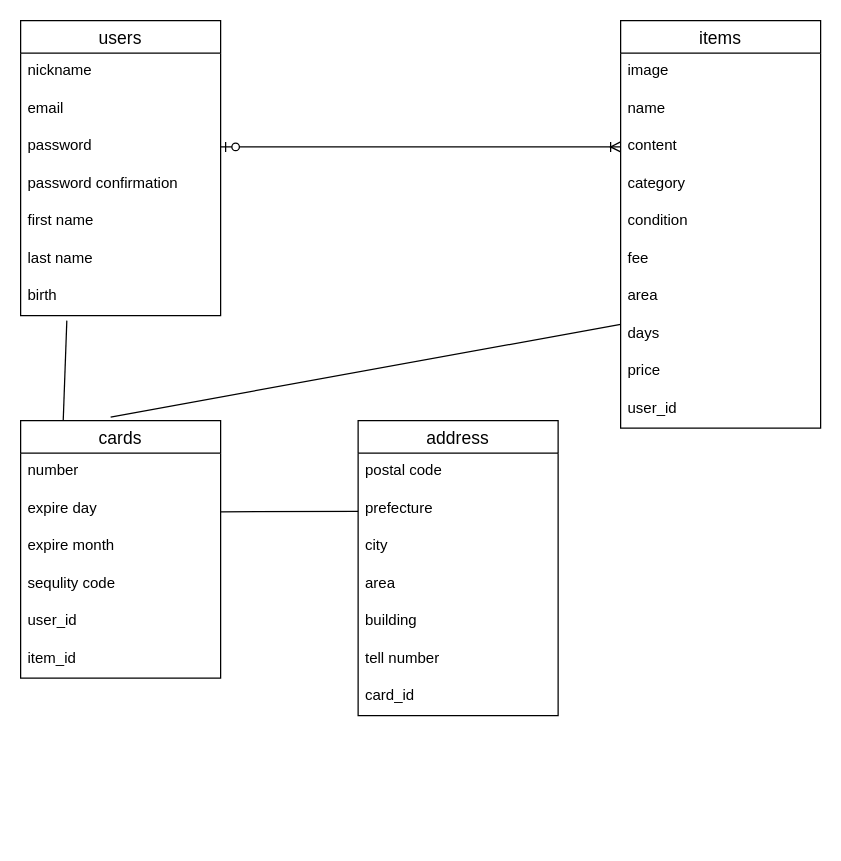
This is furima-31672.dio from shot9269/furima-31672, a draw.io file, before an edit. Source tidied: cells renumbered, new cells numbered last; positions are measured from the earlier drawing's top-left corner, leaving out a move shared by most shapes. Both pictures are drawn from the tidied source at 125%, with x=0, y=0 at pixel (20, 20).
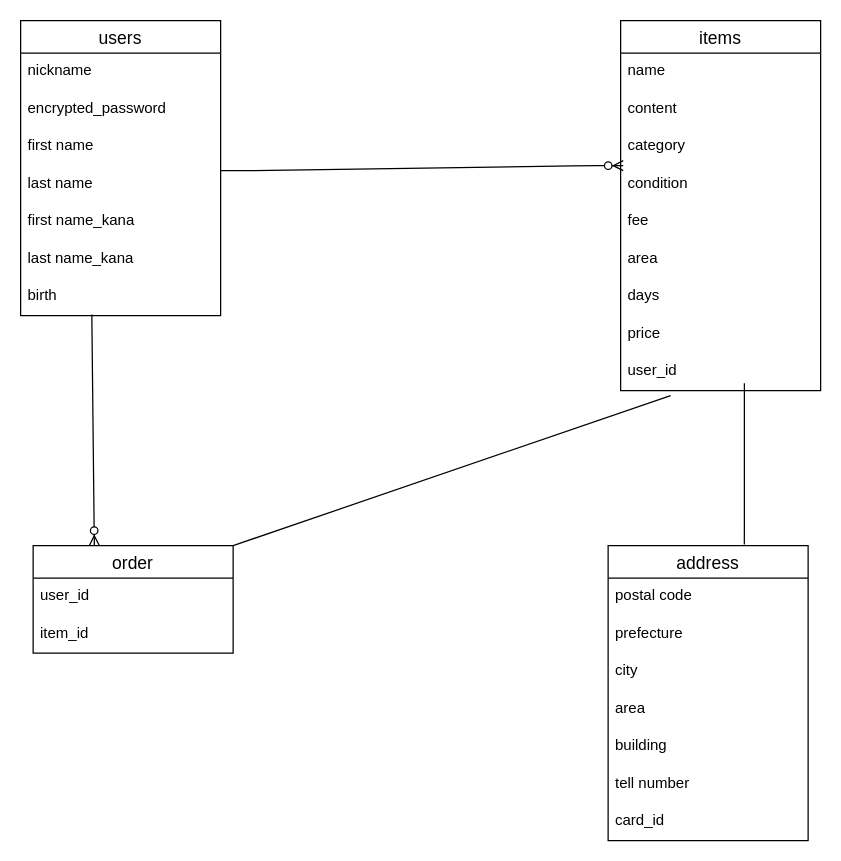
The same page after the edit.

Commit message (it also covers changes not shown here):
ER図とREADMEの作成【修正】

The change refers to these unchanged cells:
```xml
<mxCell id="2" value="users" style="swimlane;fontStyle=0;horizontal=1;startSize=26;align=center;fontSize=14;" parent="1" vertex="1">
  <mxGeometry width="160" height="236" as="geometry" />
</mxCell>
<mxCell id="9" value="birth" style="text;strokeColor=none;fillColor=none;spacingLeft=4;spacingRight=4;overflow=hidden;points=[[0,0.5],[1,0.5]];portConstraint=eastwest;fontSize=12;" parent="2" vertex="1">
  <mxGeometry y="206" width="160" height="30" as="geometry" />
</mxCell>
```

Diff of the diagram source:
```diff
@@
-    <mxCell id="4" value="email" style="text;strokeColor=none;fillColor=none;spacingLeft=4;spacingRight=4;overflow=hidden;fontSize=12;" parent="2" vertex="1">
-      <mxGeometry y="56" width="160" height="30" as="geometry" />
-    </mxCell>
-    <mxCell id="5" value="password" style="text;strokeColor=none;fillColor=none;spacingLeft=4;spacingRight=4;overflow=hidden;points=[[0,0.5],[1,0.5]];portConstraint=eastwest;fontSize=12;" parent="2" vertex="1">
-      <mxGeometry y="86" width="160" height="30" as="geometry" />
+    <mxCell id="5" value="encrypted_password " style="text;strokeColor=none;fillColor=none;spacingLeft=4;spacingRight=4;overflow=hidden;points=[[0,0.5],[1,0.5]];portConstraint=eastwest;fontSize=12;" parent="2" vertex="1">
+      <mxGeometry y="56" width="160" height="30" as="geometry" />
     </mxCell>
-    <mxCell id="6" value="password confirmation" style="text;strokeColor=none;fillColor=none;spacingLeft=4;spacingRight=4;overflow=hidden;fontSize=12;" parent="2" vertex="1">
-      <mxGeometry y="116" width="160" height="30" as="geometry" />
-    </mxCell>
     <mxCell id="7" value="first name" style="text;strokeColor=none;fillColor=none;spacingLeft=4;spacingRight=4;overflow=hidden;fontSize=12;" parent="2" vertex="1">
-      <mxGeometry y="146" width="160" height="30" as="geometry" />
+      <mxGeometry y="86" width="160" height="30" as="geometry" />
     </mxCell>
     <mxCell id="8" value="last name" style="text;strokeColor=none;fillColor=none;spacingLeft=4;spacingRight=4;overflow=hidden;fontSize=12;" parent="2" vertex="1">
-      <mxGeometry y="176" width="160" height="30" as="geometry" />
+      <mxGeometry y="116" width="160" height="30" as="geometry" />
     </mxCell>
+    <mxCell id="40" value="first name_kana" style="text;strokeColor=none;fillColor=none;spacingLeft=4;spacingRight=4;overflow=hidden;fontSize=12;" parent="2" vertex="1">
+      <mxGeometry y="146" width="160" height="30" as="geometry" />
+    </mxCell>
+    <mxCell id="41" value="last name_kana" style="text;strokeColor=none;fillColor=none;spacingLeft=4;spacingRight=4;overflow=hidden;fontSize=12;" parent="2" vertex="1">
+      <mxGeometry y="176" width="160" height="30" as="geometry" />
+    </mxCell>
@@
     <mxCell id="10" value="items" style="swimlane;fontStyle=0;horizontal=1;startSize=26;align=center;fontSize=14;" parent="1" vertex="1">
-      <mxGeometry x="480" width="160" height="326" as="geometry" />
+      <mxGeometry x="480" width="160" height="296" as="geometry" />
     </mxCell>
-    <mxCell id="11" value="image&#10;" style="text;strokeColor=none;fillColor=none;spacingLeft=4;spacingRight=4;overflow=hidden;fontSize=12;" parent="10" vertex="1">
-      <mxGeometry y="26" width="160" height="30" as="geometry" />
-    </mxCell>
     <mxCell id="12" value="name" style="text;strokeColor=none;fillColor=none;spacingLeft=4;spacingRight=4;overflow=hidden;fontSize=12;" parent="10" vertex="1">
-      <mxGeometry y="56" width="160" height="30" as="geometry" />
+      <mxGeometry y="26" width="160" height="30" as="geometry" />
     </mxCell>
     <mxCell id="13" value="content" style="text;strokeColor=none;fillColor=none;spacingLeft=4;spacingRight=4;overflow=hidden;points=[[0,0.5],[1,0.5]];portConstraint=eastwest;fontSize=12;" parent="10" vertex="1">
-      <mxGeometry y="86" width="160" height="30" as="geometry" />
+      <mxGeometry y="56" width="160" height="30" as="geometry" />
     </mxCell>
     <mxCell id="14" value="category" style="text;strokeColor=none;fillColor=none;spacingLeft=4;spacingRight=4;overflow=hidden;points=[[0,0.5],[1,0.5]];portConstraint=eastwest;fontSize=12;" parent="10" vertex="1">
-      <mxGeometry y="116" width="160" height="30" as="geometry" />
+      <mxGeometry y="86" width="160" height="30" as="geometry" />
     </mxCell>
     <mxCell id="15" value="condition" style="text;strokeColor=none;fillColor=none;spacingLeft=4;spacingRight=4;overflow=hidden;fontSize=12;" parent="10" vertex="1">
-      <mxGeometry y="146" width="160" height="30" as="geometry" />
+      <mxGeometry y="116" width="160" height="30" as="geometry" />
     </mxCell>
     <mxCell id="16" value="fee" style="text;strokeColor=none;fillColor=none;spacingLeft=4;spacingRight=4;overflow=hidden;fontSize=12;" parent="10" vertex="1">
-      <mxGeometry y="176" width="160" height="30" as="geometry" />
+      <mxGeometry y="146" width="160" height="30" as="geometry" />
     </mxCell>
     <mxCell id="17" value="area" style="text;strokeColor=none;fillColor=none;spacingLeft=4;spacingRight=4;overflow=hidden;fontSize=12;" parent="10" vertex="1">
-      <mxGeometry y="206" width="160" height="30" as="geometry" />
+      <mxGeometry y="176" width="160" height="30" as="geometry" />
     </mxCell>
     <mxCell id="18" value="days" style="text;strokeColor=none;fillColor=none;spacingLeft=4;spacingRight=4;overflow=hidden;fontSize=12;" parent="10" vertex="1">
-      <mxGeometry y="236" width="160" height="30" as="geometry" />
+      <mxGeometry y="206" width="160" height="30" as="geometry" />
     </mxCell>
     <mxCell id="19" value="price" style="text;strokeColor=none;fillColor=none;spacingLeft=4;spacingRight=4;overflow=hidden;fontSize=12;" parent="10" vertex="1">
-      <mxGeometry y="266" width="160" height="30" as="geometry" />
+      <mxGeometry y="236" width="160" height="30" as="geometry" />
     </mxCell>
     <mxCell id="20" value="user_id" style="text;strokeColor=none;fillColor=none;spacingLeft=4;spacingRight=4;overflow=hidden;fontSize=12;" parent="10" vertex="1">
-      <mxGeometry y="296" width="160" height="30" as="geometry" />
+      <mxGeometry y="266" width="160" height="30" as="geometry" />
     </mxCell>
-    <mxCell id="21" style="edgeStyle=entityRelationEdgeStyle;fontSize=12;html=1;endArrow=ERoneToMany;startArrow=ERzeroToOne;entryX=0;entryY=0.5;entryDx=0;entryDy=0;exitX=1;exitY=0.5;exitDx=0;exitDy=0;" parent="1" edge="1" source="5" target="13">
-      <mxGeometry relative="1" as="geometry" />
-    </mxCell>
+    <mxCell id="37" style="endArrow=none;html=1;rounded=0;entryX=0.681;entryY=-0.004;entryDx=0;entryDy=0;entryPerimeter=0;" parent="1" edge="1" target="29">
+      <mxGeometry relative="1" as="geometry">
+        <mxPoint x="579" y="290" as="sourcePoint" />
+        <Array as="points">
+          <mxPoint x="579" y="400" />
+        </Array>
+      </mxGeometry>
+    </mxCell>
-    <mxCell id="22" value="cards" style="swimlane;fontStyle=0;horizontal=1;startSize=26;align=center;fontSize=14;" parent="1" vertex="1">
-      <mxGeometry y="320" width="160" height="206" as="geometry" />
+    <mxCell id="22" value="order" style="swimlane;fontStyle=0;horizontal=1;startSize=26;align=center;fontSize=14;" parent="1" vertex="1">
+      <mxGeometry x="10" y="420" width="160" height="86" as="geometry" />
     </mxCell>
-    <mxCell id="23" value="number" style="text;strokeColor=none;fillColor=none;spacingLeft=4;spacingRight=4;overflow=hidden;fontSize=12;" parent="22" vertex="1">
-      <mxGeometry y="26" width="160" height="30" as="geometry" />
-    </mxCell>
-    <mxCell id="24" value="expire day" style="text;strokeColor=none;fillColor=none;spacingLeft=4;spacingRight=4;overflow=hidden;fontSize=12;" parent="22" vertex="1">
-      <mxGeometry y="56" width="160" height="30" as="geometry" />
-    </mxCell>
-    <mxCell id="25" value="expire month" style="text;strokeColor=none;fillColor=none;spacingLeft=4;spacingRight=4;overflow=hidden;fontSize=12;" parent="22" vertex="1">
-      <mxGeometry y="86" width="160" height="30" as="geometry" />
-    </mxCell>
-    <mxCell id="26" value="sequlity code" style="text;strokeColor=none;fillColor=none;spacingLeft=4;spacingRight=4;overflow=hidden;fontSize=12;" parent="22" vertex="1">
-      <mxGeometry y="116" width="160" height="30" as="geometry" />
-    </mxCell>
+    <mxCell id="42" value="user_id" style="text;strokeColor=none;fillColor=none;spacingLeft=4;spacingRight=4;overflow=hidden;fontSize=12;" parent="22" vertex="1">
+      <mxGeometry y="26" width="160" height="30" as="geometry" />
+    </mxCell>
-    <mxCell id="27" value="user_id" style="text;strokeColor=none;fillColor=none;spacingLeft=4;spacingRight=4;overflow=hidden;fontSize=12;" parent="22" vertex="1">
-      <mxGeometry y="146" width="160" height="30" as="geometry" />
+    <mxCell id="27" value="item_id" style="text;strokeColor=none;fillColor=none;spacingLeft=4;spacingRight=4;overflow=hidden;fontSize=12;" parent="22" vertex="1">
+      <mxGeometry y="56" width="160" height="30" as="geometry" />
     </mxCell>
-    <mxCell id="28" value="item_id" style="text;strokeColor=none;fillColor=none;spacingLeft=4;spacingRight=4;overflow=hidden;fontSize=12;" parent="22" vertex="1">
-      <mxGeometry y="176" width="160" height="30" as="geometry" />
-    </mxCell>
+    <mxCell id="39" style="fontSize=12;html=1;endArrow=ERzeroToMany;endFill=1;exitX=0.356;exitY=0.967;exitDx=0;exitDy=0;exitPerimeter=0;entryX=0.306;entryY=0;entryDx=0;entryDy=0;entryPerimeter=0;" parent="1" edge="1" source="9" target="22">
+      <mxGeometry relative="1" as="geometry" />
+    </mxCell>
+    <mxCell id="43" style="edgeStyle=entityRelationEdgeStyle;fontSize=12;html=1;endArrow=ERzeroToMany;endFill=1;entryX=0.013;entryY=1;entryDx=0;entryDy=0;entryPerimeter=0;" parent="1" edge="1" target="14">
+      <mxGeometry relative="1" as="geometry">
+        <mxPoint x="160" y="120" as="sourcePoint" />
+      </mxGeometry>
+    </mxCell>
     <mxCell id="29" value="address" style="swimlane;fontStyle=0;horizontal=1;startSize=26;align=center;fontSize=14;" parent="1" vertex="1">
-      <mxGeometry x="270" y="320" width="160" height="236" as="geometry" />
+      <mxGeometry x="470" y="420" width="160" height="236" as="geometry" />
     </mxCell>
@@
-    <mxCell id="37" style="endArrow=none;html=1;rounded=0;entryX=0.45;entryY=-0.014;entryDx=0;entryDy=0;entryPerimeter=0;" parent="1" edge="1" target="22">
-      <mxGeometry relative="1" as="geometry">
-        <mxPoint x="480" y="243" as="sourcePoint" />
-      </mxGeometry>
-    </mxCell>
-    <mxCell id="38" style="endArrow=none;html=1;rounded=0;" parent="1" edge="1">
-      <mxGeometry relative="1" as="geometry">
-        <mxPoint x="160" y="393" as="sourcePoint" />
-        <mxPoint x="270" y="392.5" as="targetPoint" />
-      </mxGeometry>
-    </mxCell>
-    <mxCell id="39" style="endArrow=none;html=1;rounded=0;exitX=0.231;exitY=1.133;exitDx=0;exitDy=0;exitPerimeter=0;entryX=0.213;entryY=0;entryDx=0;entryDy=0;entryPerimeter=0;" parent="1" edge="1" source="9" target="22">
-      <mxGeometry relative="1" as="geometry" />
-    </mxCell>
+    <mxCell id="44" style="endArrow=none;html=1;rounded=0;exitX=1;exitY=0;exitDx=0;exitDy=0;" parent="1" edge="1" source="22">
+      <mxGeometry relative="1" as="geometry">
+        <mxPoint x="520" y="300" as="targetPoint" />
+      </mxGeometry>
+    </mxCell>
```
